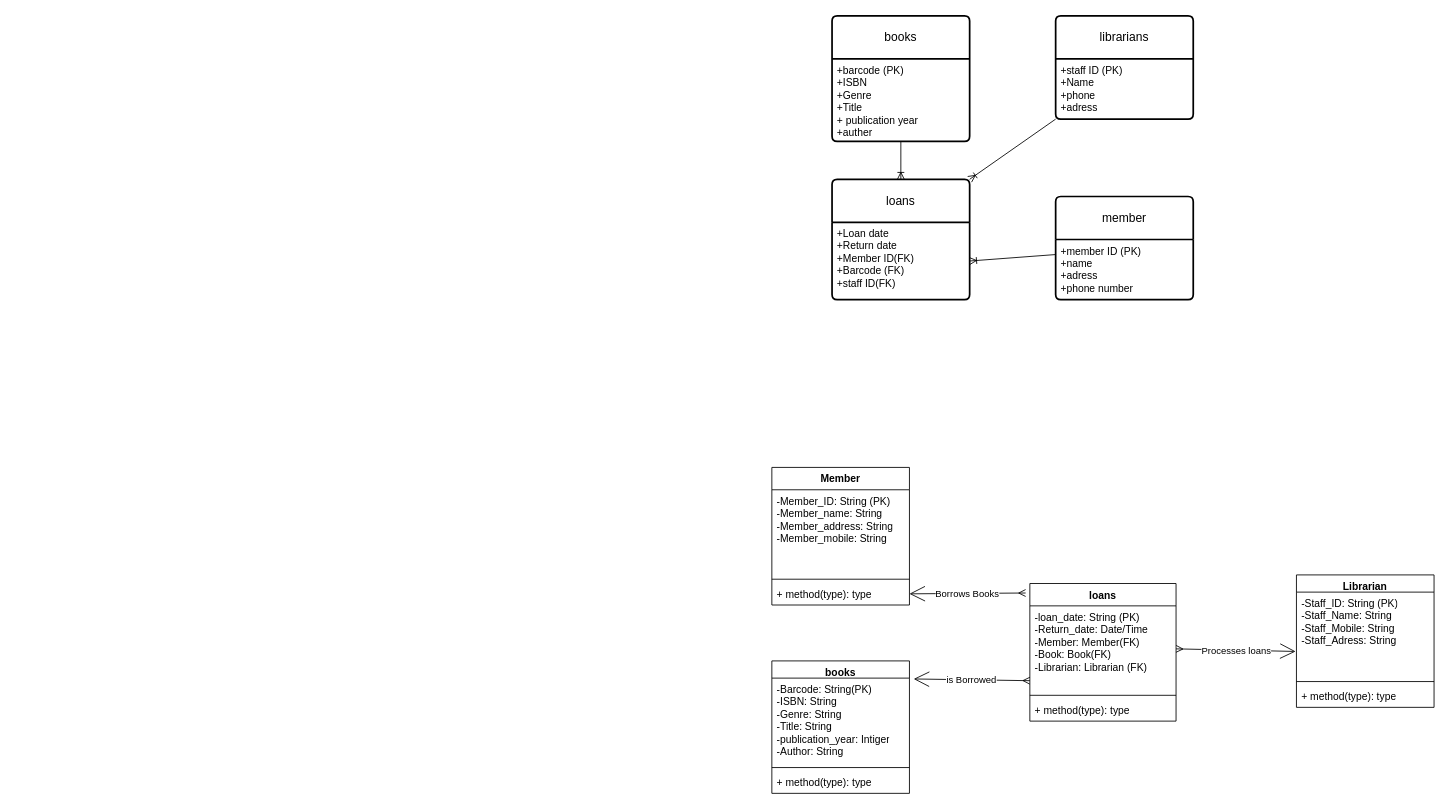
thebestN/at1 keeps this draw.io diagram as Untitled Diagram.drawio. Above is the earlier version. Source tidied: cells renumbered, new cells numbered last; positions are measured from the earlier drawing's top-left corner, leaving out a move shared by most shapes. Both pictures are drawn from the tidied source at 86%, with x=0, y=0 at pixel (771, 15).
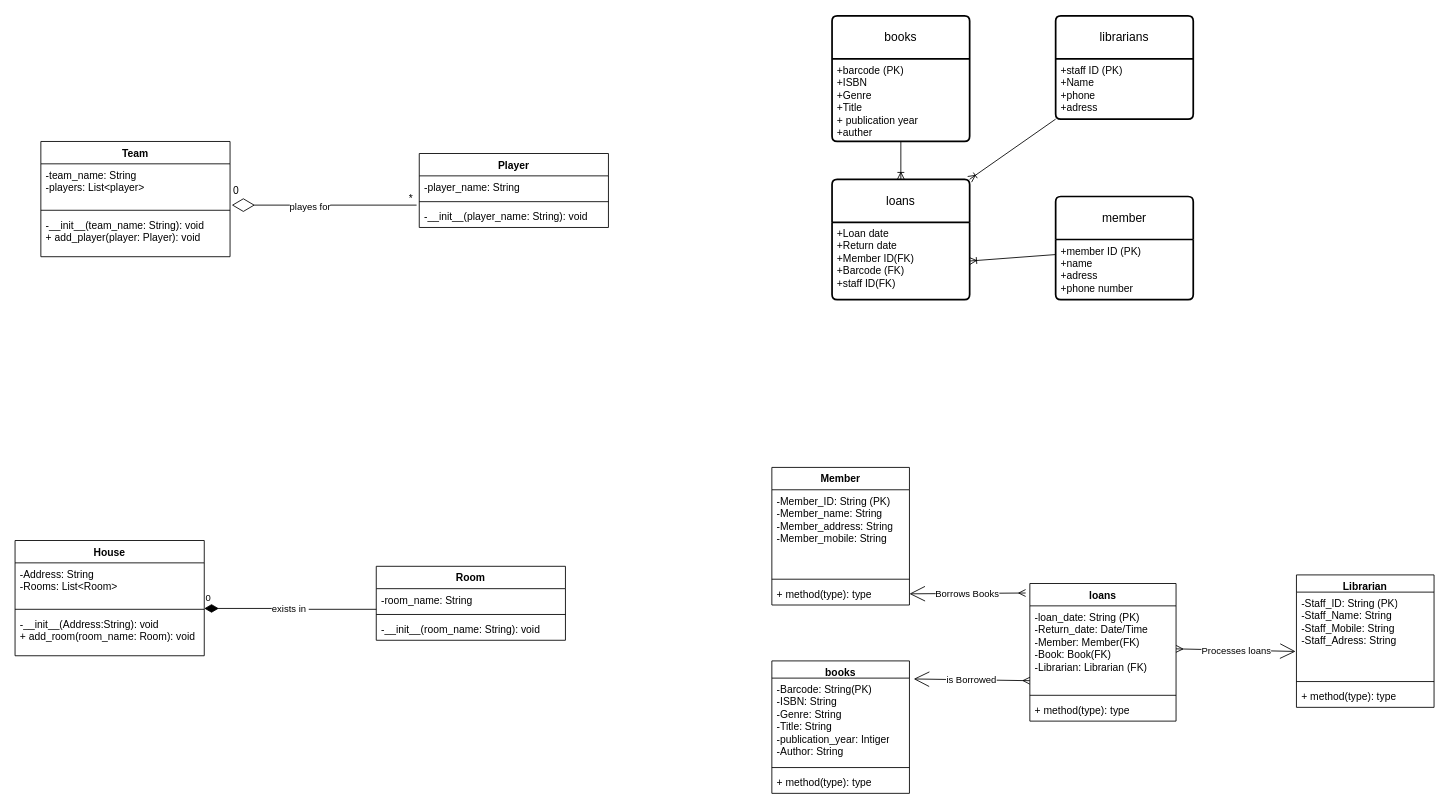
After the change.

Change to the diagram source:
```diff
@@
+    <mxCell id="33" value="Team" style="swimlane;fontStyle=1;align=center;verticalAlign=top;horizontal=1;startSize=26;whiteSpace=wrap;html=1;" parent="1" vertex="1">
+      <mxGeometry x="-850" y="146" width="220" height="134" as="geometry" />
+    </mxCell>
+    <mxCell id="34" value="-team_name: String&lt;div&gt;-players: List&amp;lt;player&amp;gt;&lt;/div&gt;" style="text;strokeColor=none;fillColor=none;align=left;verticalAlign=top;spacingLeft=4;spacingRight=4;overflow=hidden;points=[[0,0.5],[1,0.5]];portConstraint=eastwest;whiteSpace=wrap;html=1;" parent="33" vertex="1">
+      <mxGeometry y="26" width="220" height="50" as="geometry" />
+    </mxCell>
+    <mxCell id="35" style="line;strokeWidth=1;fillColor=none;align=left;verticalAlign=middle;spacingTop=-1;spacingLeft=3;spacingRight=3;labelPosition=right;strokeColor=inherit;" parent="33" vertex="1">
+      <mxGeometry y="76" width="220" height="8" as="geometry" />
+    </mxCell>
+    <mxCell id="36" value="-__init__(team_name: String): void&amp;nbsp;&lt;div&gt;+ add_player(player: Player): void&lt;/div&gt;" style="text;strokeColor=none;fillColor=none;align=left;verticalAlign=top;spacingLeft=4;spacingRight=4;overflow=hidden;whiteSpace=wrap;html=1;" parent="33" vertex="1">
+      <mxGeometry y="84" width="220" height="50" as="geometry" />
+    </mxCell>
+    <mxCell id="37" value="Player" style="swimlane;fontStyle=1;align=center;verticalAlign=top;horizontal=1;startSize=26;whiteSpace=wrap;html=1;" parent="1" vertex="1">
+      <mxGeometry x="-410" y="160" width="220" height="86" as="geometry" />
+    </mxCell>
+    <mxCell id="38" value="-player_name: String" style="text;strokeColor=none;fillColor=none;align=left;verticalAlign=top;spacingLeft=4;spacingRight=4;overflow=hidden;whiteSpace=wrap;html=1;" parent="37" vertex="1">
+      <mxGeometry y="26" width="220" height="26" as="geometry" />
+    </mxCell>
+    <mxCell id="39" style="line;strokeWidth=1;fillColor=none;align=left;verticalAlign=middle;spacingTop=-1;spacingLeft=3;spacingRight=3;labelPosition=right;strokeColor=inherit;" parent="37" vertex="1">
+      <mxGeometry y="52" width="220" height="8" as="geometry" />
+    </mxCell>
+    <mxCell id="40" value="-__init__(player_name: String): void&amp;nbsp;" style="text;strokeColor=none;fillColor=none;align=left;verticalAlign=top;spacingLeft=4;spacingRight=4;overflow=hidden;points=[[0,0.5],[1,0.5]];portConstraint=eastwest;whiteSpace=wrap;html=1;" parent="37" vertex="1">
+      <mxGeometry y="60" width="220" height="26" as="geometry" />
+    </mxCell>
+    <mxCell id="41" style="endArrow=diamondThin;endFill=0;endSize=24;html=1;rounded=0;entryX=1.009;entryY=0.96;entryDx=0;entryDy=0;entryPerimeter=0;exitX=-0.014;exitY=0;exitDx=0;exitDy=0;exitPerimeter=0;" parent="1" edge="1" source="40" target="34">
+      <mxGeometry relative="1" as="geometry" />
+    </mxCell>
+    <mxCell id="42" value="playes for" style="edgeLabel;html=1;align=center;verticalAlign=middle;" parent="41" vertex="1">
+      <mxGeometry x="0.15" y="1" relative="1" as="geometry" />
+    </mxCell>
+    <mxCell id="43" value="0 &amp;nbsp; &amp;nbsp; &amp;nbsp; &amp;nbsp;" style="text;html=1;align=center;verticalAlign=middle;strokeColor=none;fillColor=none;" parent="1" vertex="1">
+      <mxGeometry x="-640" y="188" width="60" height="30" as="geometry" />
+    </mxCell>
+    <mxCell id="44" value="*" style="text;html=1;align=center;verticalAlign=middle;strokeColor=none;fillColor=none;" parent="1" vertex="1">
+      <mxGeometry x="-435" y="198" width="30" height="30" as="geometry" />
+    </mxCell>
+    <mxCell id="45" value="House" style="swimlane;fontStyle=1;align=center;verticalAlign=top;horizontal=1;startSize=26;whiteSpace=wrap;html=1;" parent="1" vertex="1">
+      <mxGeometry x="-880" y="610" width="220" height="134" as="geometry" />
+    </mxCell>
+    <mxCell id="46" value="-Address: String&lt;div&gt;-Rooms: List&amp;lt;Room&amp;gt;&lt;/div&gt;" style="text;strokeColor=none;fillColor=none;align=left;verticalAlign=top;spacingLeft=4;spacingRight=4;overflow=hidden;points=[[0,0.5],[1,0.5]];portConstraint=eastwest;whiteSpace=wrap;html=1;" parent="45" vertex="1">
+      <mxGeometry y="26" width="220" height="50" as="geometry" />
+    </mxCell>
+    <mxCell id="47" style="line;strokeWidth=1;fillColor=none;align=left;verticalAlign=middle;spacingTop=-1;spacingLeft=3;spacingRight=3;labelPosition=right;strokeColor=inherit;" parent="45" vertex="1">
+      <mxGeometry y="76" width="220" height="8" as="geometry" />
+    </mxCell>
+    <mxCell id="48" value="-__init__(Address:String): void&amp;nbsp;&lt;div&gt;+ add_room(room_name: Room): void&lt;/div&gt;" style="text;strokeColor=none;fillColor=none;align=left;verticalAlign=top;spacingLeft=4;spacingRight=4;overflow=hidden;whiteSpace=wrap;html=1;" parent="45" vertex="1">
+      <mxGeometry y="84" width="220" height="50" as="geometry" />
+    </mxCell>
+    <mxCell id="49" value="0" style="endArrow=none;html=1;endSize=12;startArrow=diamondThin;startSize=14;startFill=1;edgeStyle=orthogonalEdgeStyle;align=left;verticalAlign=bottom;rounded=0;endFill=0;exitX=1;exitY=1.06;exitDx=0;exitDy=0;exitPerimeter=0;entryX=0;entryY=0.923;entryDx=0;entryDy=0;entryPerimeter=0;" parent="1" edge="1" source="46" target="52">
+      <mxGeometry x="-1" y="3" relative="1" as="geometry" />
+    </mxCell>
+    <mxCell id="50" value="exists in&amp;nbsp;" style="edgeLabel;html=1;align=center;verticalAlign=middle;" parent="49" vertex="1">
+      <mxGeometry x="-0.01" relative="1" as="geometry" />
+    </mxCell>
+    <mxCell id="51" value="Room" style="swimlane;fontStyle=1;align=center;verticalAlign=top;horizontal=1;startSize=26;whiteSpace=wrap;html=1;" parent="1" vertex="1">
+      <mxGeometry x="-460" y="640" width="220" height="86" as="geometry" />
+    </mxCell>
+    <mxCell id="52" value="-room_name: String" style="text;strokeColor=none;fillColor=none;align=left;verticalAlign=top;spacingLeft=4;spacingRight=4;overflow=hidden;points=[[0,0.5],[1,0.5]];portConstraint=eastwest;whiteSpace=wrap;html=1;" parent="51" vertex="1">
+      <mxGeometry y="26" width="220" height="26" as="geometry" />
+    </mxCell>
+    <mxCell id="53" style="line;strokeWidth=1;fillColor=none;align=left;verticalAlign=middle;spacingTop=-1;spacingLeft=3;spacingRight=3;labelPosition=right;strokeColor=inherit;" parent="51" vertex="1">
+      <mxGeometry y="52" width="220" height="8" as="geometry" />
+    </mxCell>
+    <mxCell id="54" value="-__init__(room_name: String): void&amp;nbsp;" style="text;strokeColor=none;fillColor=none;align=left;verticalAlign=top;spacingLeft=4;spacingRight=4;overflow=hidden;whiteSpace=wrap;html=1;" parent="51" vertex="1">
+      <mxGeometry y="60" width="220" height="26" as="geometry" />
+    </mxCell>
```
